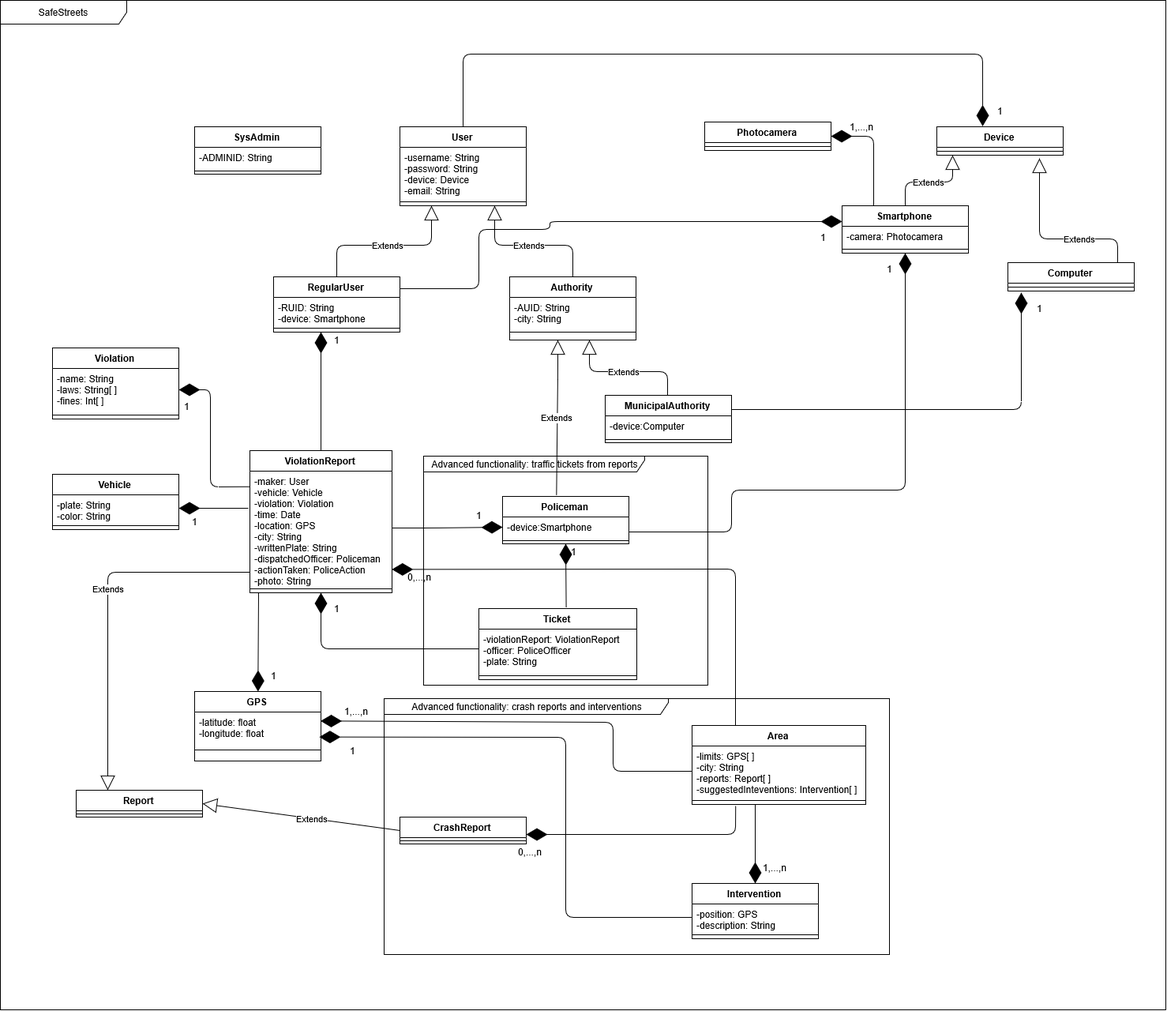
This is DD/Images/ADV_class_diagram.png from fafrullo2/PanzeriPeruginiPipita, a draw.io export, as it was before one commit. Source tidied: cells renumbered, new cells last; positions are measured from the earlier drawing's top-left corner, leaving out a move shared by most shapes.
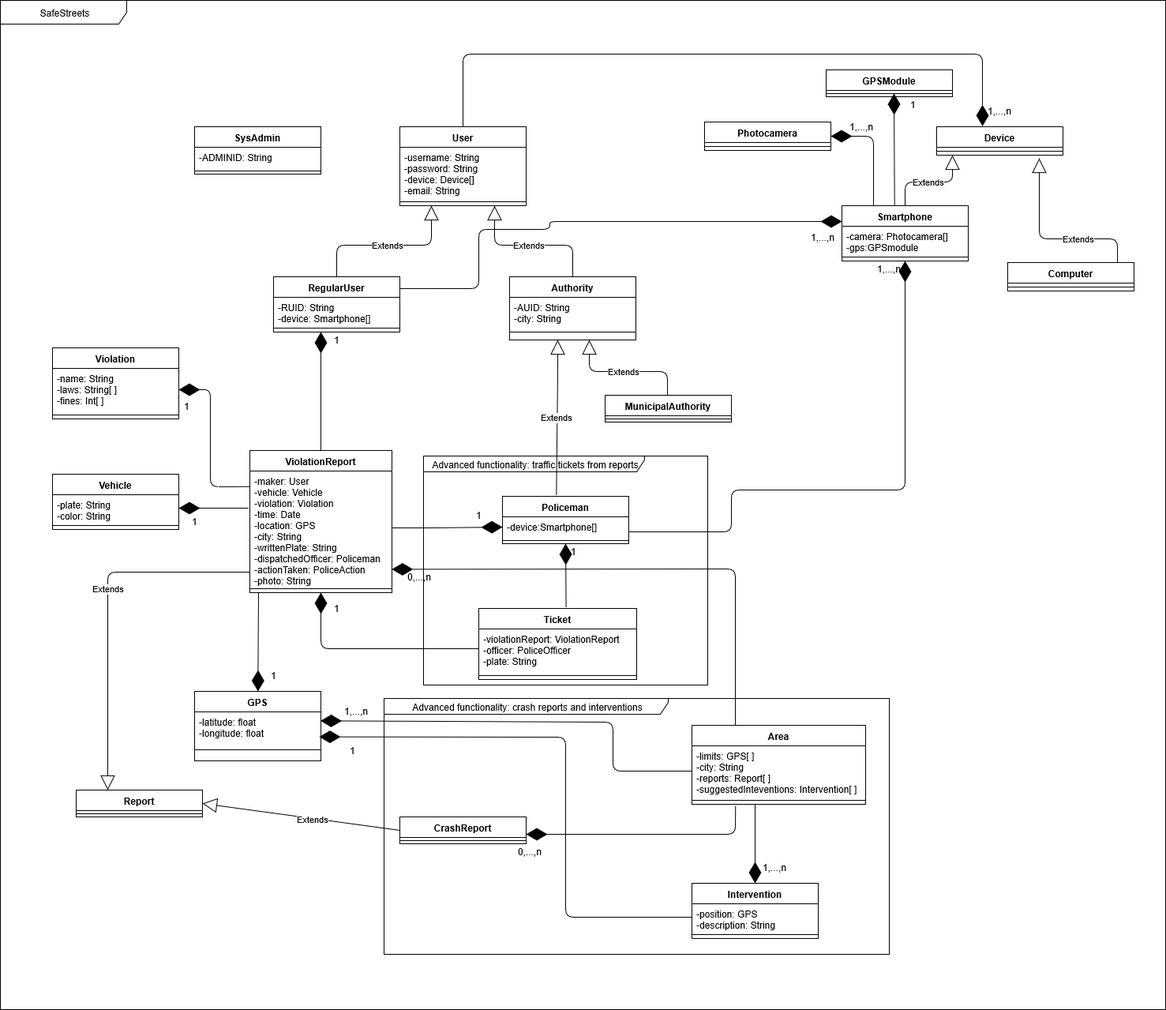
The same file after the commit.

What changed in the source:
```diff
@@ -11,7 +11,7 @@
     <mxCell id="4" value="User" style="swimlane;fontStyle=1;align=center;verticalAlign=top;horizontal=1;startSize=26;" parent="1" vertex="1">
       <mxGeometry x="506" y="160" width="160" height="100" as="geometry" />
     </mxCell>
-    <mxCell id="5" value="-username: String&#10;-password: String&#10;-device: Device&#10;-email: String" style="text;strokeColor=none;fillColor=none;align=left;verticalAlign=top;spacingLeft=4;spacingRight=4;overflow=hidden;" parent="4" vertex="1">
+    <mxCell id="5" value="-username: String&#10;-password: String&#10;-device: Device[]&#10;-email: String" style="text;strokeColor=none;fillColor=none;align=left;verticalAlign=top;spacingLeft=4;spacingRight=4;overflow=hidden;" parent="4" vertex="1">
       <mxGeometry y="26" width="160" height="64" as="geometry" />
     </mxCell>
     <mxCell id="6" style="line;strokeWidth=1;fillColor=none;align=left;verticalAlign=middle;spacingTop=-1;spacingLeft=3;spacingRight=3;labelPosition=right;" parent="4" vertex="1">
@@ -20,7 +20,7 @@
     <mxCell id="7" value="RegularUser" style="swimlane;fontStyle=1;align=center;verticalAlign=top;horizontal=1;startSize=26;" parent="1" vertex="1">
       <mxGeometry x="346" y="350" width="160" height="70" as="geometry" />
     </mxCell>
-    <mxCell id="8" value="-RUID: String&#10;-device: Smartphone" style="text;strokeColor=none;fillColor=none;align=left;verticalAlign=top;spacingLeft=4;spacingRight=4;overflow=hidden;" parent="7" vertex="1">
+    <mxCell id="8" value="-RUID: String&#10;-device: Smartphone[]" style="text;strokeColor=none;fillColor=none;align=left;verticalAlign=top;spacingLeft=4;spacingRight=4;overflow=hidden;" parent="7" vertex="1">
       <mxGeometry y="26" width="160" height="34" as="geometry" />
     </mxCell>
     <mxCell id="9" style="line;strokeWidth=1;fillColor=none;align=left;verticalAlign=middle;spacingTop=-1;spacingLeft=3;spacingRight=3;labelPosition=right;points=[];portConstraint=eastwest;" parent="7" vertex="1">
@@ -279,13 +279,13 @@
       <mxGeometry y="26" width="160" height="10" as="geometry" />
     </mxCell>
     <mxCell id="72" value="Smartphone" style="swimlane;fontStyle=1;align=center;verticalAlign=top;horizontal=1;startSize=26;" parent="1" vertex="1">
-      <mxGeometry x="1066" y="260" width="160" height="60" as="geometry" />
+      <mxGeometry x="1066" y="260" width="160" height="70" as="geometry" />
     </mxCell>
-    <mxCell id="73" value="-camera: Photocamera" style="text;strokeColor=none;fillColor=none;align=left;verticalAlign=top;spacingLeft=4;spacingRight=4;overflow=hidden;" parent="72" vertex="1">
-      <mxGeometry y="26" width="160" height="24" as="geometry" />
+    <mxCell id="73" value="-camera: Photocamera[]&#10;-gps:GPSmodule" style="text;strokeColor=none;fillColor=none;align=left;verticalAlign=top;spacingLeft=4;spacingRight=4;overflow=hidden;" parent="72" vertex="1">
+      <mxGeometry y="26" width="160" height="34" as="geometry" />
     </mxCell>
     <mxCell id="74" style="line;strokeWidth=1;fillColor=none;align=left;verticalAlign=middle;spacingTop=-1;spacingLeft=3;spacingRight=3;labelPosition=right;" parent="72" vertex="1">
-      <mxGeometry y="50" width="160" height="10" as="geometry" />
+      <mxGeometry y="60" width="160" height="10" as="geometry" />
     </mxCell>
     <mxCell id="75" value="Computer" style="swimlane;fontStyle=1;align=center;verticalAlign=top;horizontal=1;startSize=26;" parent="1" vertex="1">
       <mxGeometry x="1276" y="332" width="160" height="36" as="geometry" />
@@ -337,8 +337,8 @@
         </Array>
       </mxGeometry>
     </mxCell>
-    <mxCell id="84" value="1" style="text;html=1;align=center;verticalAlign=middle;" parent="1" vertex="1">
-      <mxGeometry x="1256" y="129.5" width="20" height="20" as="geometry" />
+    <mxCell id="84" value="1,...,n" style="text;html=1;align=center;verticalAlign=middle;" parent="1" vertex="1">
+      <mxGeometry x="1241" y="129.5" width="50" height="20" as="geometry" />
     </mxCell>
     <mxCell id="85" style="endArrow=diamondThin;endFill=1;endSize=24;html=1;exitX=1;exitY=0.214;exitDx=0;exitDy=0;exitPerimeter=0;" parent="1" edge="1" source="7">
       <mxGeometry relative="1" as="geometry">
@@ -353,8 +353,8 @@
         </Array>
       </mxGeometry>
     </mxCell>
-    <mxCell id="86" value="1" style="text;html=1;align=center;verticalAlign=middle;" parent="1" vertex="1">
-      <mxGeometry x="1032" y="290" width="20" height="20" as="geometry" />
+    <mxCell id="86" value="1,...,n" style="text;html=1;align=center;verticalAlign=middle;" parent="1" vertex="1">
+      <mxGeometry x="1017" y="290" width="50" height="20" as="geometry" />
     </mxCell>
     <mxCell id="87" style="endArrow=diamondThin;endFill=1;endSize=24;html=1;entryX=0.5;entryY=1;entryDx=0;entryDy=0;exitX=1;exitY=0.75;exitDx=0;exitDy=0;" parent="1" edge="1" source="91" target="72">
       <mxGeometry relative="1" as="geometry">
@@ -365,24 +365,13 @@
         </Array>
       </mxGeometry>
     </mxCell>
-    <mxCell id="88" value="1" style="text;html=1;align=center;verticalAlign=middle;" parent="1" vertex="1">
-      <mxGeometry x="1116" y="330" width="20" height="20" as="geometry" />
+    <mxCell id="88" value="1,...,n" style="text;html=1;align=center;verticalAlign=middle;" parent="1" vertex="1">
+      <mxGeometry x="1101" y="330" width="50" height="20" as="geometry" />
     </mxCell>
-    <mxCell id="89" style="endArrow=diamondThin;endFill=1;endSize=24;html=1;exitX=1;exitY=0.5;exitDx=0;exitDy=0;entryX=0.106;entryY=1.2;entryDx=0;entryDy=0;entryPerimeter=0;" parent="1" edge="1" target="76">
-      <mxGeometry relative="1" as="geometry">
-        <mxPoint x="926" y="518" as="sourcePoint" />
-        <Array as="points">
-          <mxPoint x="1293" y="518" />
-        </Array>
-      </mxGeometry>
-    </mxCell>
-    <mxCell id="90" value="1" style="text;html=1;align=center;verticalAlign=middle;" parent="1" vertex="1">
-      <mxGeometry x="1306" y="380" width="20" height="20" as="geometry" />
-    </mxCell>
     <mxCell id="91" value="Policeman" style="swimlane;fontStyle=1;align=center;verticalAlign=top;horizontal=1;startSize=26;" parent="1" vertex="1">
       <mxGeometry x="636" y="628" width="160" height="60" as="geometry" />
     </mxCell>
-    <mxCell id="92" value="-device:Smartphone" style="text;strokeColor=none;fillColor=none;align=left;verticalAlign=top;spacingLeft=4;spacingRight=4;overflow=hidden;points=[[0,0.5],[1,0.5]];portConstraint=eastwest;" parent="91" vertex="1">
+    <mxCell id="92" value="-device:Smartphone[]" style="text;strokeColor=none;fillColor=none;align=left;verticalAlign=top;spacingLeft=4;spacingRight=4;overflow=hidden;points=[[0,0.5],[1,0.5]];portConstraint=eastwest;" parent="91" vertex="1">
       <mxGeometry y="26" width="160" height="26" as="geometry" />
     </mxCell>
     <mxCell id="93" style="line;strokeWidth=1;fillColor=none;align=left;verticalAlign=middle;spacingTop=-1;spacingLeft=3;spacingRight=3;labelPosition=right;" parent="91" vertex="1">
@@ -392,16 +381,27 @@
       <mxGeometry x="716" y="688" width="20" height="20" as="geometry" />
     </mxCell>
     <mxCell id="95" value="MunicipalAuthority" style="swimlane;fontStyle=1;align=center;verticalAlign=top;horizontal=1;startSize=26;" parent="1" vertex="1">
-      <mxGeometry x="766" y="500" width="160" height="60" as="geometry" />
+      <mxGeometry x="766" y="500" width="160" height="34" as="geometry" />
     </mxCell>
-    <mxCell id="96" value="-device:Computer" style="text;strokeColor=none;fillColor=none;align=left;verticalAlign=top;spacingLeft=4;spacingRight=4;overflow=hidden;" parent="95" vertex="1">
-      <mxGeometry y="26" width="160" height="26" as="geometry" />
-    </mxCell>
     <mxCell id="97" style="line;strokeWidth=1;fillColor=none;align=left;verticalAlign=middle;spacingTop=-1;spacingLeft=3;spacingRight=3;labelPosition=right;" parent="95" vertex="1">
-      <mxGeometry y="52" width="160" height="8" as="geometry" />
+      <mxGeometry y="26" width="160" height="8" as="geometry" />
     </mxCell>
     <mxCell id="98" value="Advanced functionality: crash reports and interventions" style="shape=umlFrame;whiteSpace=wrap;html=1;width=360;height=20;" parent="1" vertex="1">
       <mxGeometry x="486" y="884" width="640" height="324" as="geometry" />
     </mxCell>
+    <mxCell id="99" value="GPSModule" style="swimlane;fontStyle=1;align=center;verticalAlign=top;horizontal=1;startSize=26;" parent="1" vertex="1">
+      <mxGeometry x="1046" y="88" width="160" height="34" as="geometry" />
+    </mxCell>
+    <mxCell id="100" style="line;strokeWidth=1;fillColor=none;align=left;verticalAlign=middle;spacingTop=-1;spacingLeft=3;spacingRight=3;labelPosition=right;" parent="99" vertex="1">
+      <mxGeometry y="26" width="160" height="8" as="geometry" />
+    </mxCell>
+    <mxCell id="101" style="endArrow=diamondThin;endFill=1;endSize=24;html=1;exitX=0.417;exitY=0.003;exitDx=0;exitDy=0;exitPerimeter=0;" parent="1" edge="1" source="72">
+      <mxGeometry relative="1" as="geometry">
+        <mxPoint x="1132" y="118" as="targetPoint" />
+      </mxGeometry>
+    </mxCell>
+    <mxCell id="90" value="1" style="text;html=1;align=center;verticalAlign=middle;" parent="1" vertex="1">
+      <mxGeometry x="1146" y="122" width="20" height="20" as="geometry" />
+    </mxCell>
   </root>
 </mxGraphModel>
```
